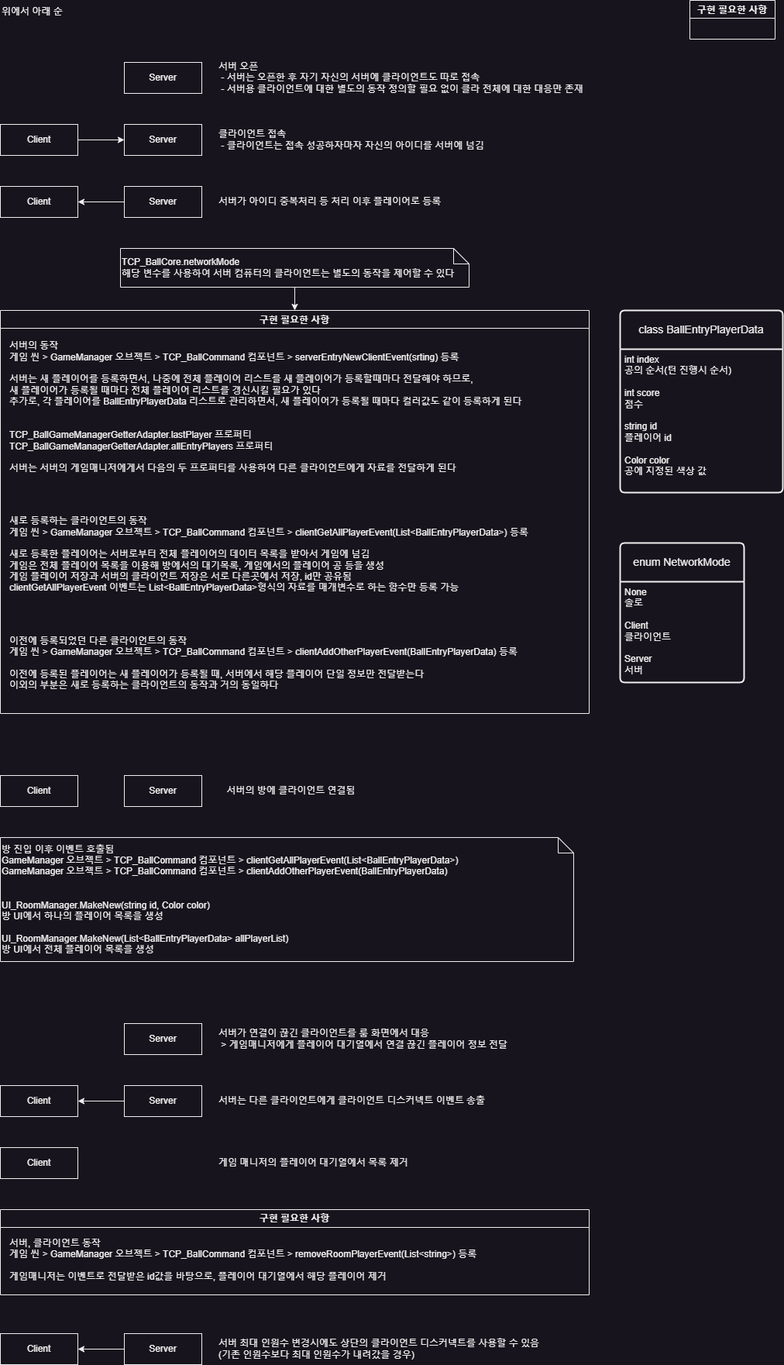
Above: Docs/NetworkFlow.drawio.png in rasedole/Blind_Billiards (draw.io), before the change. Source tidied: cells renumbered, new cells last; positions are measured from the earlier drawing's top-left corner, leaving out a move shared by most shapes.
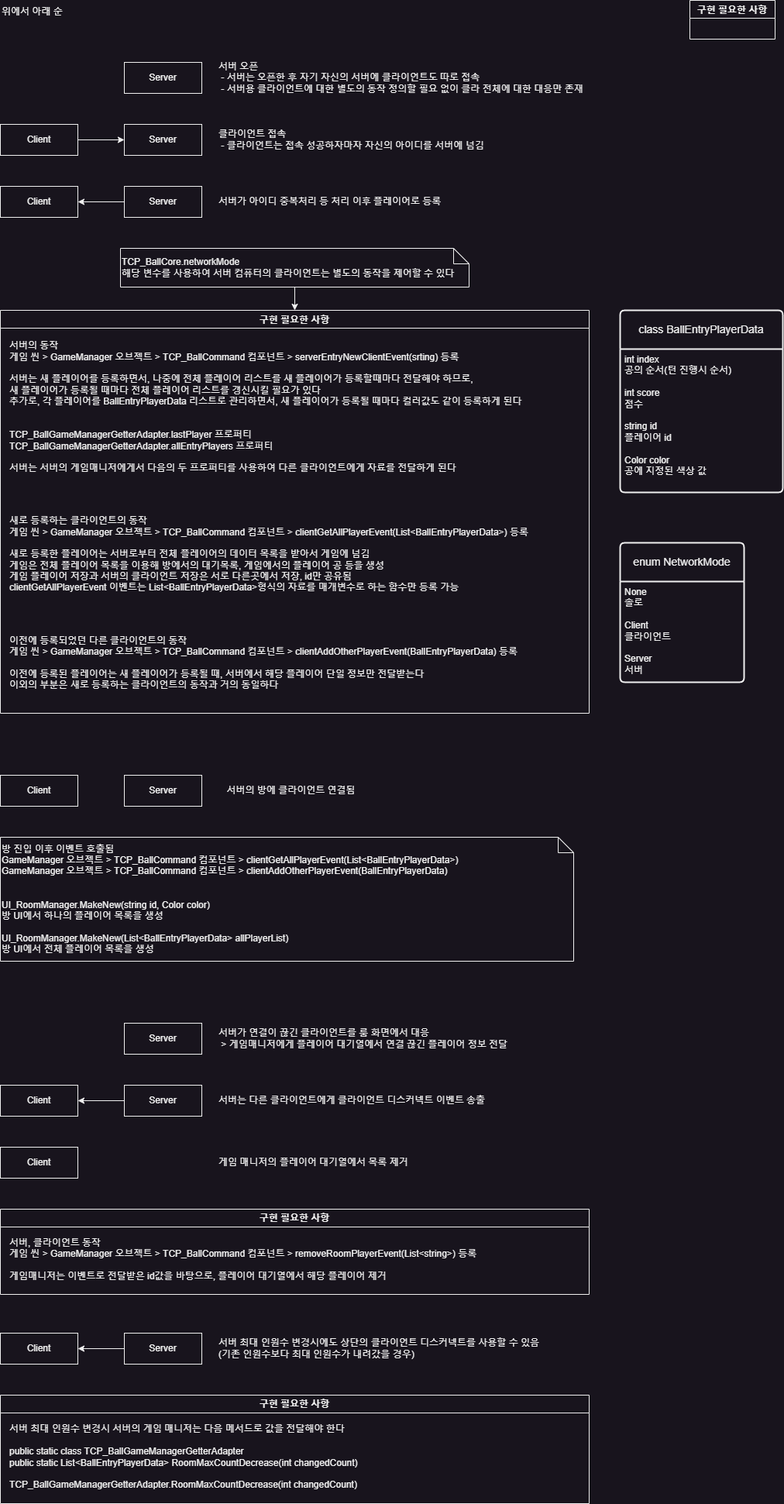
After the commit.

Commit message:
인수인계 안내사항 갱신

What changed in the source:
```diff
@@ -122,5 +122,11 @@
     <mxCell id="41" value="서버 최대 인원수 변경시에도 상단의 클라이언트 디스커넥트를 사용할 수 있음&lt;br&gt;(기존 인원수보다 최대 인원수가 내려갔을 경우)" style="text;html=1;align=left;verticalAlign=middle;strokeColor=none;fillColor=none;" parent="1" vertex="1">
       <mxGeometry x="280" y="1720" width="440" height="40" as="geometry" />
     </mxCell>
+    <mxCell id="42" value="구현 필요한 사항" style="swimlane;whiteSpace=wrap;html=1;" parent="1" vertex="1">
+      <mxGeometry y="1800" width="760" height="140" as="geometry" />
+    </mxCell>
+    <mxCell id="43" value="서버 최대 인원수 변경시 서버의 게임 매니저는 다음 메서드로 값을 전달해야 한다&lt;br&gt;&lt;br&gt;public static class TCP_BallGameManagerGetterAdapter&lt;br&gt;public static List&amp;lt;BallEntryPlayerData&amp;gt; RoomMaxCountDecrease(int changedCount)&lt;br&gt;&lt;br&gt;TCP_BallGameManagerGetterAdapter.RoomMaxCountDecrease(int changedCount)" style="text;html=1;align=left;verticalAlign=middle;strokeColor=none;fillColor=none;" parent="42" vertex="1">
+      <mxGeometry x="10" y="30" width="470" height="100" as="geometry" />
+    </mxCell>
   </root>
 </mxGraphModel>
```
